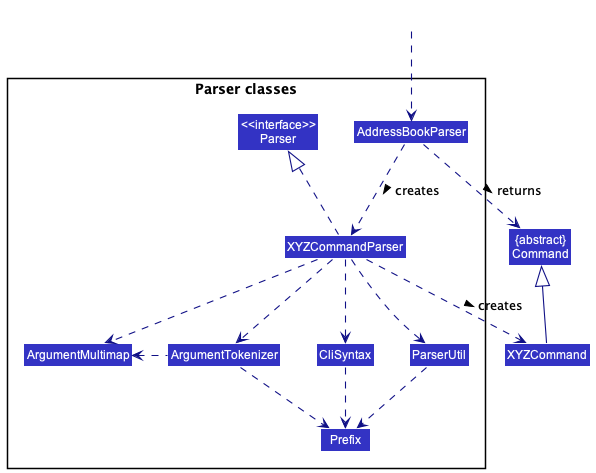
Above: docs/images/ParserClasses.png in nus-cs2103-AY2223S1/tp (PlantUML), before the change.
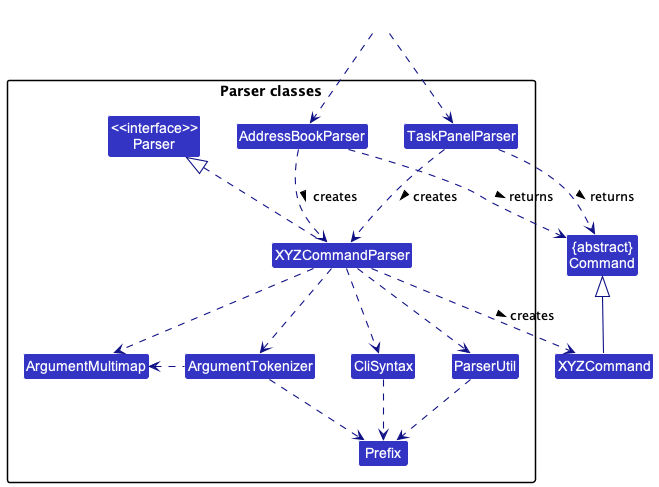
The same file after the commit.

Change to the diagram source:
```diff
@@ -10,6 +10,7 @@
 package "Parser classes"{
 Class "<<interface>>\nParser" as Parser
 Class AddressBookParser
+Class TaskPanelParser
 Class XYZCommandParser
 Class CliSyntax
 Class ParserUtil
@@ -20,11 +21,14 @@
 
 Class HiddenOutside #FFFFFF
 HiddenOutside ..> AddressBookParser
+HiddenOutside ..> TaskPanelParser
 
 AddressBookParser .down.> XYZCommandParser: creates >
+TaskPanelParser .down.> XYZCommandParser: creates >
 
 XYZCommandParser ..> XYZCommand : creates >
 AddressBookParser ..> Command : returns >
+TaskPanelParser ..> Command : returns >
 XYZCommandParser .up.|> Parser
 XYZCommandParser ..> ArgumentMultimap
 XYZCommandParser ..> ArgumentTokenizer
```
